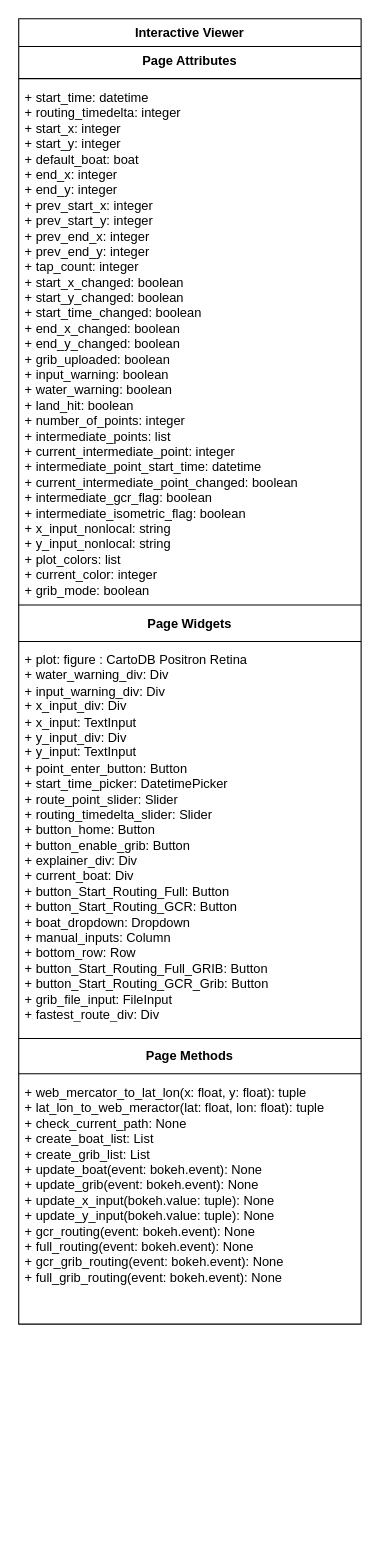
The draw.io diagram Diagrams/Interactive_Viewer_diagram.drawio in vandorena/NEA, before the edit. Source tidied: cells renumbered, new cells numbered last; positions are measured from the earlier drawing's top-left corner, leaving out a move shared by most shapes. Both pictures are drawn from the tidied source at 107%, with x=0, y=0 at pixel (18, 18).
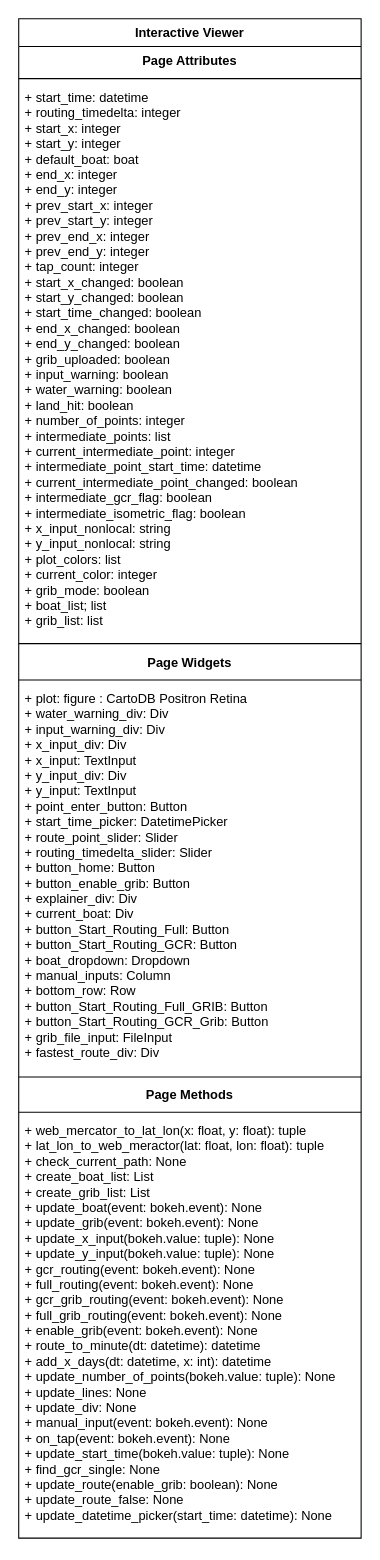
The same page after the edit.

The edit, as a diff of the source:
```diff
@@
 <mxGraphModel>
   <root>
     <mxCell id="0" />
     <mxCell id="1" parent="0" />
     <mxCell id="2" value="Interactive Viewer" style="swimlane;fontStyle=1;align=center;verticalAlign=top;horizontal=1;startSize=26;whiteSpace=wrap;html=1;" parent="1" vertex="1">
-      <mxGeometry width="320" height="1220" as="geometry" />
+      <mxGeometry width="320" height="1420" as="geometry" />
     </mxCell>
     <mxCell id="3" value="&lt;span style=&quot;font-weight: 700;&quot;&gt;Page Attributes&lt;/span&gt;" style="text;strokeColor=none;fillColor=none;align=center;verticalAlign=top;spacingLeft=4;spacingRight=4;overflow=hidden;whiteSpace=wrap;html=1;" parent="2" vertex="1">
       <mxGeometry y="26" width="320" height="26" as="geometry" />
     </mxCell>
     <mxCell id="4" style="line;strokeWidth=1;fillColor=none;align=left;verticalAlign=middle;spacingTop=-1;spacingLeft=3;spacingRight=3;labelPosition=right;strokeColor=inherit;" parent="2" vertex="1">
       <mxGeometry y="52" width="320" height="8" as="geometry" />
     </mxCell>
-    <mxCell id="5" value="+ start_time: datetime&lt;div&gt;+ routing_timedelta: integer&lt;/div&gt;&lt;div&gt;+ start_x: integer&lt;/div&gt;&lt;div&gt;+ start_y: integer&lt;/div&gt;&lt;div&gt;+ default_boat: boat&lt;/div&gt;&lt;div&gt;+ end_x: integer&lt;/div&gt;&lt;div&gt;+ end_y: integer&lt;/div&gt;&lt;div&gt;+ prev_start_x: integer&lt;/div&gt;&lt;div&gt;+ prev_start_y: integer&lt;/div&gt;&lt;div&gt;+ prev_end_x: integer&lt;/div&gt;&lt;div&gt;+ prev_end_y: integer&lt;/div&gt;&lt;div&gt;+ tap_count: integer&lt;/div&gt;&lt;div&gt;+ start_x_changed: boolean&lt;/div&gt;&lt;div&gt;+ start_y_changed: boolean&lt;/div&gt;&lt;div&gt;+ start_time_changed: boolean&lt;/div&gt;&lt;div&gt;+ end_x_changed: boolean&lt;/div&gt;&lt;div&gt;+ end_y_changed: boolean&lt;/div&gt;&lt;div&gt;+ grib_uploaded: boolean&lt;/div&gt;&lt;div&gt;+ input_warning: boolean&lt;/div&gt;&lt;div&gt;+ water_warning: boolean&lt;/div&gt;&lt;div&gt;+ land_hit: boolean&lt;/div&gt;&lt;div&gt;+ number_of_points: integer&lt;/div&gt;&lt;div&gt;+ intermediate_points: list&lt;/div&gt;&lt;div&gt;+ current_intermediate_point: integer&lt;/div&gt;&lt;div&gt;+ intermediate_point_start_time: datetime&lt;/div&gt;&lt;div&gt;+ current_intermediate_point_changed: boolean&lt;/div&gt;&lt;div&gt;+ intermediate_gcr_flag: boolean&lt;/div&gt;&lt;div&gt;+ intermediate_isometric_flag: boolean&lt;/div&gt;&lt;div&gt;+ x_input_nonlocal: string&lt;/div&gt;&lt;div&gt;+ y_input_nonlocal: string&lt;/div&gt;&lt;div&gt;+ plot_colors: list&lt;/div&gt;&lt;div&gt;+ current_color: integer&lt;/div&gt;&lt;div&gt;+ grib_mode: boolean&lt;/div&gt;&lt;div&gt;&lt;br&gt;&lt;/div&gt;&lt;div&gt;&lt;br&gt;&lt;/div&gt;&lt;div&gt;&lt;br&gt;&lt;/div&gt;&lt;div&gt;&lt;br&gt;&lt;/div&gt;" style="text;strokeColor=none;fillColor=none;align=left;verticalAlign=top;spacingLeft=4;spacingRight=4;overflow=hidden;whiteSpace=wrap;html=1;" parent="2" vertex="1">
-      <mxGeometry y="60" width="320" height="484" as="geometry" />
+    <mxCell id="5" value="+ start_time: datetime&lt;div&gt;+ routing_timedelta: integer&lt;/div&gt;&lt;div&gt;+ start_x: integer&lt;/div&gt;&lt;div&gt;+ start_y: integer&lt;/div&gt;&lt;div&gt;+ default_boat: boat&lt;/div&gt;&lt;div&gt;+ end_x: integer&lt;/div&gt;&lt;div&gt;+ end_y: integer&lt;/div&gt;&lt;div&gt;+ prev_start_x: integer&lt;/div&gt;&lt;div&gt;+ prev_start_y: integer&lt;/div&gt;&lt;div&gt;+ prev_end_x: integer&lt;/div&gt;&lt;div&gt;+ prev_end_y: integer&lt;/div&gt;&lt;div&gt;+ tap_count: integer&lt;/div&gt;&lt;div&gt;+ start_x_changed: boolean&lt;/div&gt;&lt;div&gt;+ start_y_changed: boolean&lt;/div&gt;&lt;div&gt;+ start_time_changed: boolean&lt;/div&gt;&lt;div&gt;+ end_x_changed: boolean&lt;/div&gt;&lt;div&gt;+ end_y_changed: boolean&lt;/div&gt;&lt;div&gt;+ grib_uploaded: boolean&lt;/div&gt;&lt;div&gt;+ input_warning: boolean&lt;/div&gt;&lt;div&gt;+ water_warning: boolean&lt;/div&gt;&lt;div&gt;+ land_hit: boolean&lt;/div&gt;&lt;div&gt;+ number_of_points: integer&lt;/div&gt;&lt;div&gt;+ intermediate_points: list&lt;/div&gt;&lt;div&gt;+ current_intermediate_point: integer&lt;/div&gt;&lt;div&gt;+ intermediate_point_start_time: datetime&lt;/div&gt;&lt;div&gt;+ current_intermediate_point_changed: boolean&lt;/div&gt;&lt;div&gt;+ intermediate_gcr_flag: boolean&lt;/div&gt;&lt;div&gt;+ intermediate_isometric_flag: boolean&lt;/div&gt;&lt;div&gt;+ x_input_nonlocal: string&lt;/div&gt;&lt;div&gt;+ y_input_nonlocal: string&lt;/div&gt;&lt;div&gt;+ plot_colors: list&lt;/div&gt;&lt;div&gt;+ current_color: integer&lt;/div&gt;&lt;div&gt;+ grib_mode: boolean&lt;/div&gt;&lt;div&gt;+ boat_list; list&lt;/div&gt;&lt;div&gt;+ grib_list: list&lt;/div&gt;&lt;div&gt;&lt;br&gt;&lt;/div&gt;&lt;div&gt;&lt;br&gt;&lt;/div&gt;&lt;div&gt;&lt;br&gt;&lt;/div&gt;&lt;div&gt;&lt;br&gt;&lt;/div&gt;" style="text;strokeColor=none;fillColor=none;align=left;verticalAlign=top;spacingLeft=4;spacingRight=4;overflow=hidden;whiteSpace=wrap;html=1;" parent="2" vertex="1">
+      <mxGeometry y="60" width="320" height="520" as="geometry" />
     </mxCell>
     <mxCell id="6" style="line;strokeWidth=1;fillColor=none;align=left;verticalAlign=middle;spacingTop=-1;spacingLeft=3;spacingRight=3;labelPosition=right;strokeColor=inherit;" parent="2" vertex="1">
-      <mxGeometry y="544" width="320" height="8" as="geometry" />
+      <mxGeometry y="580" width="320" height="8" as="geometry" />
     </mxCell>
     <mxCell id="7" value="&lt;span style=&quot;font-weight: 700;&quot;&gt;Page Widgets&lt;/span&gt;" style="text;strokeColor=none;fillColor=none;align=center;verticalAlign=top;spacingLeft=4;spacingRight=4;overflow=hidden;whiteSpace=wrap;html=1;" parent="2" vertex="1">
-      <mxGeometry y="552" width="320" height="26" as="geometry" />
+      <mxGeometry y="588" width="320" height="26" as="geometry" />
     </mxCell>
     <mxCell id="8" style="line;strokeWidth=1;fillColor=none;align=left;verticalAlign=middle;spacingTop=-1;spacingLeft=3;spacingRight=3;labelPosition=right;strokeColor=inherit;" parent="2" vertex="1">
-      <mxGeometry y="578" width="320" height="8" as="geometry" />
+      <mxGeometry y="614" width="320" height="8" as="geometry" />
     </mxCell>
     <mxCell id="9" value="+ plot: figure : CartoDB Positron Retina&lt;div&gt;+ water_warning_div: Div&lt;div&gt;+ input_warning_div: Div&lt;/div&gt;&lt;div&gt;+ x_input_div: Div&lt;/div&gt;&lt;div&gt;+ x_input: TextInput&lt;/div&gt;&lt;div&gt;+ y_input_div: Div&lt;/div&gt;&lt;div&gt;+ y_input: TextInput&lt;/div&gt;&lt;div&gt;+ point_enter_button: Button&lt;/div&gt;&lt;div&gt;+ start_time_picker: DatetimePicker&lt;/div&gt;&lt;div&gt;+ route_point_slider: Slider&lt;/div&gt;&lt;div&gt;+ routing_timedelta_slider: Slider&lt;/div&gt;&lt;div&gt;+ button_home: Button&lt;/div&gt;&lt;div&gt;+ button_enable_grib: Button&lt;/div&gt;&lt;div&gt;+ explainer_div: Div&lt;/div&gt;&lt;div&gt;+ current_boat: Div&lt;/div&gt;&lt;div&gt;+ button_Start_Routing_Full: Button&lt;/div&gt;&lt;div&gt;+ button_Start_Routing_GCR: Button&lt;/div&gt;&lt;div&gt;+ boat_dropdown: Dropdown&lt;/div&gt;&lt;div&gt;+ manual_inputs: Column&lt;/div&gt;&lt;div&gt;+ bottom_row: Row&lt;/div&gt;&lt;div&gt;+ button_Start_Routing_Full_GRIB: Button&lt;/div&gt;&lt;div&gt;+ button_Start_Routing_GCR_Grib: Button&lt;/div&gt;&lt;div&gt;+ grib_file_input: FileInput&lt;/div&gt;&lt;div&gt;+ fastest_route_div: Div&lt;/div&gt;&lt;/div&gt;" style="text;strokeColor=none;fillColor=none;align=left;verticalAlign=top;spacingLeft=4;spacingRight=4;overflow=hidden;whiteSpace=wrap;html=1;" parent="2" vertex="1">
-      <mxGeometry y="586" width="320" height="364" as="geometry" />
+      <mxGeometry y="622" width="320" height="364" as="geometry" />
     </mxCell>
     <mxCell id="10" style="line;strokeWidth=1;fillColor=none;align=left;verticalAlign=middle;spacingTop=-1;spacingLeft=3;spacingRight=3;labelPosition=right;strokeColor=inherit;" parent="2" vertex="1">
-      <mxGeometry y="950" width="320" height="6" as="geometry" />
+      <mxGeometry y="986" width="320" height="6" as="geometry" />
     </mxCell>
     <mxCell id="11" value="&lt;span style=&quot;font-weight: 700;&quot;&gt;Page Methods&lt;/span&gt;" style="text;strokeColor=none;fillColor=none;align=center;verticalAlign=top;spacingLeft=4;spacingRight=4;overflow=hidden;whiteSpace=wrap;html=1;" parent="2" vertex="1">
-      <mxGeometry y="956" width="320" height="26" as="geometry" />
+      <mxGeometry y="992" width="320" height="26" as="geometry" />
     </mxCell>
     <mxCell id="12" style="line;strokeWidth=1;fillColor=none;align=left;verticalAlign=middle;spacingTop=-1;spacingLeft=3;spacingRight=3;labelPosition=right;strokeColor=inherit;" parent="2" vertex="1">
-      <mxGeometry y="982" width="320" height="8" as="geometry" />
+      <mxGeometry y="1018" width="320" height="8" as="geometry" />
     </mxCell>
-    <mxCell id="13" value="+ web_mercator_to_lat_lon(x: float, y: float): tuple&lt;div&gt;+ lat_lon_to_web_meractor(lat: float, lon: float): tuple&lt;/div&gt;&lt;div&gt;+ check_current_path: None&lt;/div&gt;&lt;div&gt;+ create_boat_list: List&lt;/div&gt;&lt;div&gt;+ create_grib_list: List&lt;/div&gt;&lt;div&gt;+ update_boat(event: bokeh.event): None&lt;/div&gt;&lt;div&gt;+ update_grib(event: bokeh.event): None&lt;/div&gt;&lt;div&gt;+ update_x_input(bokeh.value: tuple): None&lt;/div&gt;&lt;div&gt;+ update_y_input(bokeh.value: tuple): None&lt;/div&gt;&lt;div&gt;+ gcr_routing(event: bokeh.event): None&lt;/div&gt;&lt;div&gt;+ full_routing(event: bokeh.event): None&lt;/div&gt;&lt;div&gt;+ gcr_grib_routing(event: bokeh.event): None&lt;/div&gt;&lt;div&gt;+ full_grib_routing(event: bokeh.event): None&lt;/div&gt;&lt;div&gt;&lt;br&gt;&lt;/div&gt;&lt;div&gt;&lt;br&gt;&lt;/div&gt;" style="text;strokeColor=none;fillColor=none;align=left;verticalAlign=top;spacingLeft=4;spacingRight=4;overflow=hidden;whiteSpace=wrap;html=1;" parent="2" vertex="1">
-      <mxGeometry y="990" width="320" height="230" as="geometry" />
+    <mxCell id="13" value="+ web_mercator_to_lat_lon(x: float, y: float): tuple&lt;div&gt;+ lat_lon_to_web_meractor(lat: float, lon: float): tuple&lt;/div&gt;&lt;div&gt;+ check_current_path: None&lt;/div&gt;&lt;div&gt;+ create_boat_list: List&lt;/div&gt;&lt;div&gt;+ create_grib_list: List&lt;/div&gt;&lt;div&gt;+ update_boat(event: bokeh.event): None&lt;/div&gt;&lt;div&gt;+ update_grib(event: bokeh.event): None&lt;/div&gt;&lt;div&gt;+ update_x_input(bokeh.value: tuple): None&lt;/div&gt;&lt;div&gt;+ update_y_input(bokeh.value: tuple): None&lt;/div&gt;&lt;div&gt;+ gcr_routing(event: bokeh.event): None&lt;/div&gt;&lt;div&gt;+ full_routing(event: bokeh.event): None&lt;/div&gt;&lt;div&gt;+ gcr_grib_routing(event: bokeh.event): None&lt;/div&gt;&lt;div&gt;+ full_grib_routing(event: bokeh.event): None&lt;/div&gt;&lt;div&gt;+ enable_grib(event: bokeh.event): None&lt;/div&gt;&lt;div&gt;+ route_to_minute(dt: datetime): datetime&lt;/div&gt;&lt;div&gt;+ add_x_days(dt: datetime, x: int): datetime&lt;/div&gt;&lt;div&gt;+ update_number_of_points(bokeh.value: tuple): None&lt;/div&gt;&lt;div&gt;+ update_lines: None&lt;/div&gt;&lt;div&gt;+ update_div: None&lt;/div&gt;&lt;div&gt;+ manual_input(event: bokeh.event): None&lt;/div&gt;&lt;div&gt;+ on_tap(event: bokeh.event): None&lt;/div&gt;&lt;div&gt;+ update_start_time(bokeh.value: tuple): None&lt;/div&gt;&lt;div&gt;+ find_gcr_single: None&lt;/div&gt;&lt;div&gt;+ update_route(enable_grib: boolean): None&lt;/div&gt;&lt;div&gt;+ update_route_false: None&lt;/div&gt;&lt;div&gt;+ update_datetime_picker(start_time: datetime): None&lt;/div&gt;" style="text;strokeColor=none;fillColor=none;align=left;verticalAlign=top;spacingLeft=4;spacingRight=4;overflow=hidden;whiteSpace=wrap;html=1;" parent="2" vertex="1">
+      <mxGeometry y="1026" width="320" height="394" as="geometry" />
     </mxCell>
   </root>
 </mxGraphModel>
```
